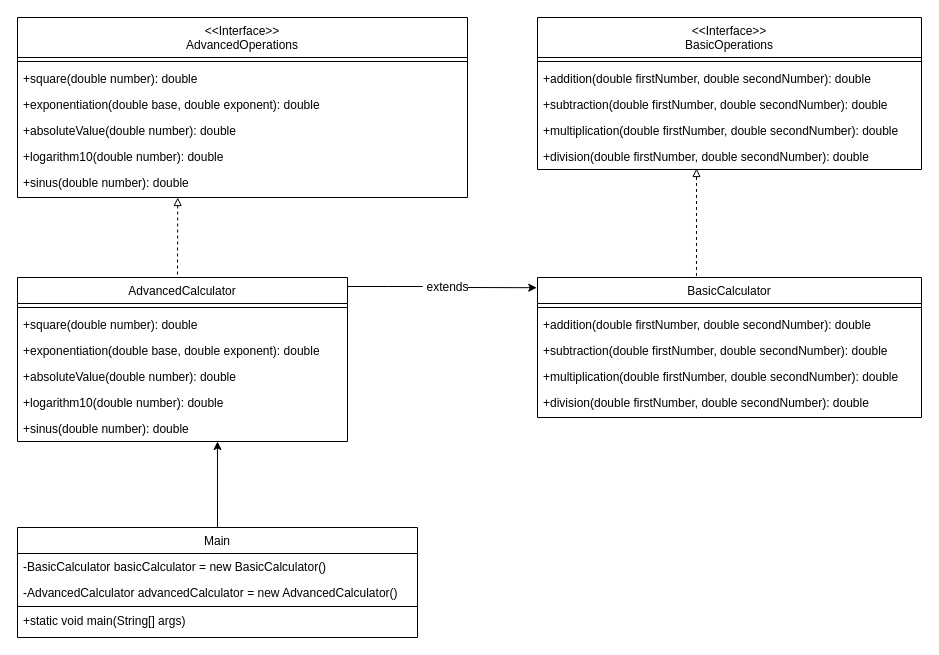
Earlier version of the draw.io diagram Calculator Diagram.drawio (dimTH20/02-pass-dimitrisNasis). Source tidied: cells renumbered, new cells numbered last; positions are measured from the earlier drawing's top-left corner, leaving out a move shared by most shapes. Both pictures are drawn from the tidied source at 100%, with x=0, y=0 at pixel (17, 17).
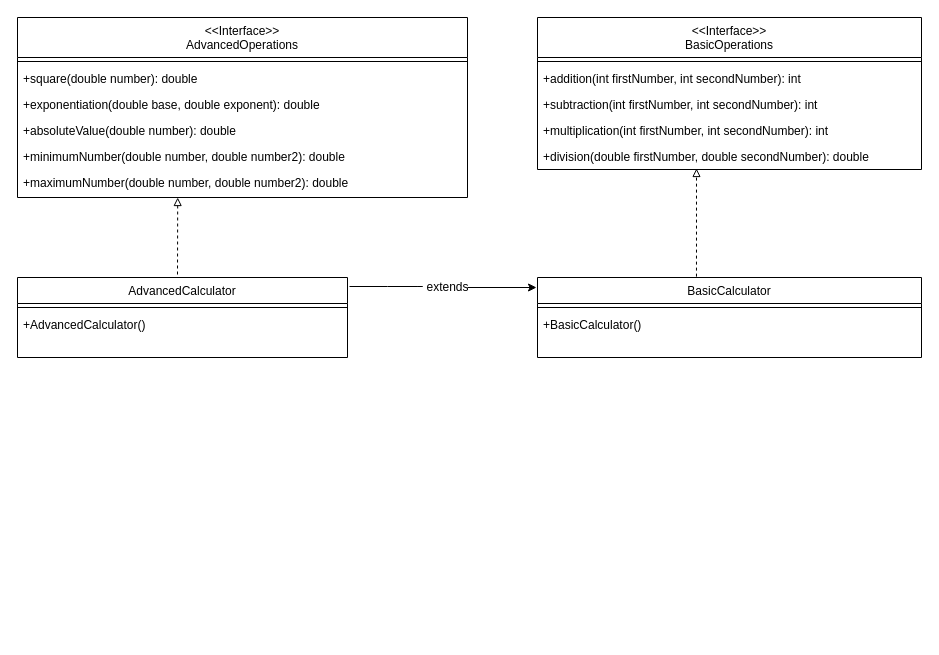
After the change.

Unchanged cells that the change refers to:
```xml
<mxCell id="15" value="&lt;&lt;Interface&gt;&gt;&#10;BasicOperations" style="swimlane;fontStyle=0;align=center;verticalAlign=top;horizontal=1;startSize=40;rounded=0;shadow=0;strokeWidth=1;" parent="1" vertex="1">
  <mxGeometry x="520" width="384" height="152" as="geometry" />
</mxCell>
<mxCell id="21" value="&lt;&lt;Interface&gt;&gt;&#10;AdvancedOperations&#10;" style="swimlane;fontStyle=0;align=center;verticalAlign=top;horizontal=1;startSize=40;rounded=0;shadow=0;strokeWidth=1;" parent="1" vertex="1">
  <mxGeometry width="450" height="180" as="geometry" />
</mxCell>
```

What changed in the source:
```diff
@@
     <mxCell id="2" value="AdvancedCalculator" style="swimlane;fontStyle=0;align=center;verticalAlign=top;horizontal=1;startSize=26;rounded=0;shadow=0;strokeWidth=1;" parent="1" vertex="1">
-      <mxGeometry y="260" width="330" height="164" as="geometry" />
+      <mxGeometry y="260" width="330" height="80" as="geometry" />
     </mxCell>
@@
-    <mxCell id="4" value="+square(double number): double&#10;" style="text;align=left;verticalAlign=top;spacingLeft=4;spacingRight=4;overflow=hidden;" parent="2" vertex="1">
+    <mxCell id="4" value="+AdvancedCalculator()" style="text;align=left;verticalAlign=top;spacingLeft=4;spacingRight=4;overflow=hidden;" parent="2" vertex="1">
       <mxGeometry y="34" width="330" height="26" as="geometry" />
     </mxCell>
-    <mxCell id="5" value="+exponentiation(double base, double exponent): double" style="text;align=left;verticalAlign=top;spacingLeft=4;spacingRight=4;overflow=hidden;fontSize=12;" parent="2" vertex="1">
-      <mxGeometry y="60" width="330" height="26" as="geometry" />
-    </mxCell>
-    <mxCell id="6" value="+absoluteValue(double number): double" style="text;align=left;verticalAlign=top;spacingLeft=4;spacingRight=4;overflow=hidden;" parent="2" vertex="1">
-      <mxGeometry y="86" width="330" height="26" as="geometry" />
-    </mxCell>
-    <mxCell id="7" value="+logarithm10(double number): double" style="text;align=left;verticalAlign=top;spacingLeft=4;spacingRight=4;overflow=hidden;" parent="2" vertex="1">
-      <mxGeometry y="112" width="330" height="26" as="geometry" />
-    </mxCell>
-    <mxCell id="8" value="+sinus(double number): double" style="text;align=left;verticalAlign=top;spacingLeft=4;spacingRight=4;overflow=hidden;points=[[0,0.5],[1,0.5]];portConstraint=eastwest;" parent="2" vertex="1">
-      <mxGeometry y="138" width="330" height="26" as="geometry" />
-    </mxCell>
     <mxCell id="9" value="BasicCalculator" style="swimlane;fontStyle=0;align=center;verticalAlign=top;horizontal=1;startSize=26;rounded=0;shadow=0;strokeWidth=1;" parent="1" vertex="1">
-      <mxGeometry x="520" y="260" width="384" height="140" as="geometry" />
+      <mxGeometry x="520" y="260" width="384" height="80" as="geometry" />
     </mxCell>
@@
-    <mxCell id="11" value="+addition(double firstNumber, double secondNumber): double" style="text;align=left;verticalAlign=top;spacingLeft=4;spacingRight=4;overflow=hidden;" parent="9" vertex="1">
+    <mxCell id="11" value="+BasicCalculator() " style="text;align=left;verticalAlign=top;spacingLeft=4;spacingRight=4;overflow=hidden;" parent="9" vertex="1">
       <mxGeometry y="34" width="384" height="26" as="geometry" />
     </mxCell>
-    <mxCell id="12" value="+subtraction(double firstNumber, double secondNumber): double" style="text;align=left;verticalAlign=top;spacingLeft=4;spacingRight=4;overflow=hidden;" parent="9" vertex="1">
-      <mxGeometry y="60" width="384" height="26" as="geometry" />
-    </mxCell>
-    <mxCell id="13" value="+multiplication(double firstNumber, double secondNumber): double" style="text;align=left;verticalAlign=top;spacingLeft=4;spacingRight=4;overflow=hidden;" parent="9" vertex="1">
-      <mxGeometry y="86" width="384" height="26" as="geometry" />
-    </mxCell>
-    <mxCell id="14" value="+division(double firstNumber, double secondNumber): double" style="text;align=left;verticalAlign=top;spacingLeft=4;spacingRight=4;overflow=hidden;fontSize=12;" parent="9" vertex="1">
-      <mxGeometry y="112" width="384" height="26" as="geometry" />
-    </mxCell>
@@
-    <mxCell id="17" value="+addition(double firstNumber, double secondNumber): double" style="text;align=left;verticalAlign=top;spacingLeft=4;spacingRight=4;overflow=hidden;" parent="15" vertex="1">
+    <mxCell id="17" value="+addition(int firstNumber, int secondNumber): int" style="text;align=left;verticalAlign=top;spacingLeft=4;spacingRight=4;overflow=hidden;" parent="15" vertex="1">
       <mxGeometry y="48" width="384" height="26" as="geometry" />
     </mxCell>
-    <mxCell id="18" value="+subtraction(double firstNumber, double secondNumber): double" style="text;align=left;verticalAlign=top;spacingLeft=4;spacingRight=4;overflow=hidden;" parent="15" vertex="1">
+    <mxCell id="18" value="+subtraction(int firstNumber, int secondNumber): int" style="text;align=left;verticalAlign=top;spacingLeft=4;spacingRight=4;overflow=hidden;" parent="15" vertex="1">
       <mxGeometry y="74" width="384" height="26" as="geometry" />
     </mxCell>
-    <mxCell id="19" value="+multiplication(double firstNumber, double secondNumber): double" style="text;align=left;verticalAlign=top;spacingLeft=4;spacingRight=4;overflow=hidden;" parent="15" vertex="1">
+    <mxCell id="19" value="+multiplication(int firstNumber, int secondNumber): int" style="text;align=left;verticalAlign=top;spacingLeft=4;spacingRight=4;overflow=hidden;" parent="15" vertex="1">
       <mxGeometry y="100" width="384" height="26" as="geometry" />
     </mxCell>
@@
-    <mxCell id="26" value="+logarithm10(double number): double" style="text;align=left;verticalAlign=top;spacingLeft=4;spacingRight=4;overflow=hidden;" parent="21" vertex="1">
+    <mxCell id="26" value="+minimumNumber(double number, double number2): double" style="text;align=left;verticalAlign=top;spacingLeft=4;spacingRight=4;overflow=hidden;" parent="21" vertex="1">
       <mxGeometry y="126" width="450" height="26" as="geometry" />
     </mxCell>
-    <mxCell id="27" value="+sinus(double number): double" style="text;align=left;verticalAlign=top;spacingLeft=4;spacingRight=4;overflow=hidden;points=[[0,0.5],[1,0.5]];portConstraint=eastwest;" parent="21" vertex="1">
+    <mxCell id="27" value="+maximumNumber(double number, double number2): double" style="text;align=left;verticalAlign=top;spacingLeft=4;spacingRight=4;overflow=hidden;points=[[0,0.5],[1,0.5]];portConstraint=eastwest;" parent="21" vertex="1">
       <mxGeometry y="152" width="450" height="26" as="geometry" />
     </mxCell>
-    <mxCell id="28" style="edgeStyle=orthogonalEdgeStyle;rounded=0;jettySize=auto;html=1;exitX=0.5;exitY=0;exitDx=0;exitDy=0;entryX=0.606;entryY=1;entryDx=0;entryDy=0;entryPerimeter=0;" parent="1" edge="1" source="29" target="8">
-      <mxGeometry relative="1" as="geometry" />
-    </mxCell>
-    <mxCell id="29" value="Main" style="swimlane;fontStyle=0;align=center;verticalAlign=top;horizontal=1;startSize=26;rounded=0;shadow=0;strokeWidth=1;" parent="1" vertex="1">
-      <mxGeometry y="510" width="400" height="110" as="geometry" />
-    </mxCell>
-    <mxCell id="30" value="-BasicCalculator basicCalculator = new BasicCalculator()" style="text;align=left;verticalAlign=top;spacingLeft=4;spacingRight=4;overflow=hidden;" parent="29" vertex="1">
-      <mxGeometry y="26" width="400" height="26" as="geometry" />
-    </mxCell>
-    <mxCell id="31" value="-AdvancedCalculator advancedCalculator = new AdvancedCalculator()" style="text;align=left;verticalAlign=top;spacingLeft=4;spacingRight=4;overflow=hidden;" parent="29" vertex="1">
-      <mxGeometry y="52" width="400" height="26" as="geometry" />
-    </mxCell>
-    <mxCell id="32" style="line;html=1;strokeWidth=1;align=left;verticalAlign=middle;spacingTop=-1;spacingLeft=3;spacingRight=3;labelPosition=right;" parent="29" vertex="1">
-      <mxGeometry y="78" width="400" height="2" as="geometry" />
-    </mxCell>
-    <mxCell id="33" value="+static void main(String[] args)" style="text;align=left;verticalAlign=top;spacingLeft=4;spacingRight=4;overflow=hidden;" parent="29" vertex="1">
-      <mxGeometry y="80" width="400" height="26" as="geometry" />
-    </mxCell>
@@
-    <mxCell id="37" style="endArrow=none;html=1;strokeWidth=1;exitX=1;exitY=0.055;exitDx=0;exitDy=0;exitPerimeter=0;" parent="1" edge="1" source="2">
+    <mxCell id="37" style="endArrow=none;html=1;strokeWidth=1;" parent="1" edge="1">
       <mxGeometry relative="1" as="geometry">
+        <mxPoint x="332" y="269" as="sourcePoint" />
         <mxPoint x="380" y="269" as="targetPoint" />
         <Array as="points">
           <mxPoint x="380" y="269" />
           <mxPoint x="410" y="269" />
         </Array>
       </mxGeometry>
     </mxCell>
-    <mxCell id="38" style="endArrow=classic;html=1;strokeWidth=1;entryX=-0.002;entryY=0.073;entryDx=0;entryDy=0;entryPerimeter=0;" parent="1" edge="1" target="9">
+    <mxCell id="38" style="endArrow=classic;html=1;strokeWidth=1;" parent="1" edge="1">
       <mxGeometry relative="1" as="geometry">
         <mxPoint x="450" y="270" as="sourcePoint" />
+        <mxPoint x="519" y="270" as="targetPoint" />
       </mxGeometry>
     </mxCell>
```
